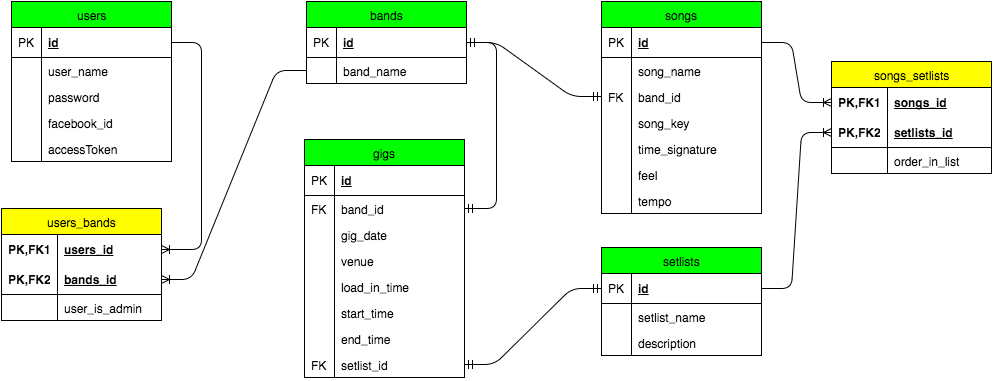
The draw.io diagram database schema.png in Jmedders/q2project, before a commit. Source tidied: cells renumbered, new cells last; positions are measured from the earlier drawing's top-left corner, leaving out a move shared by most shapes.
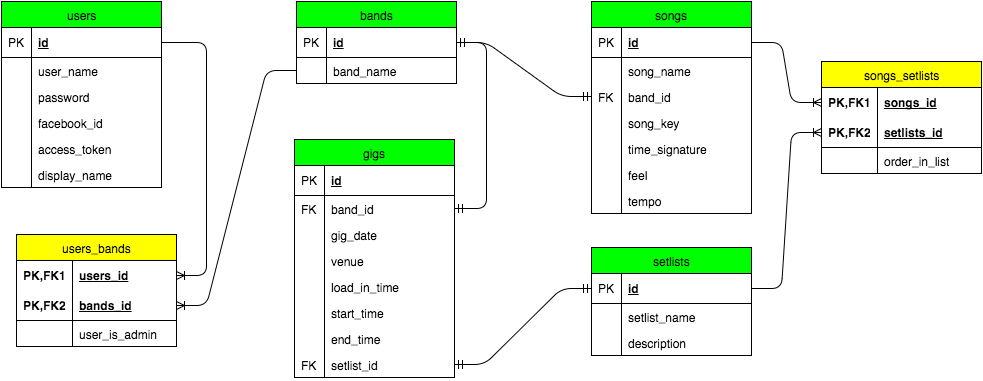
The same diagram one commit later.

Commit message:
Updated database schema diagram

What changed in the source:
```diff
@@ -18,7 +18,7 @@
       <mxGeometry width="30" height="26" as="geometry" />
     </mxCell>
     <mxCell id="7" value="users" style="swimlane;html=1;fontStyle=0;horizontal=1;startSize=26;fillColor=#00FF00;swimlaneFillColor=#ffffff;align=center;" parent="1" vertex="1">
-      <mxGeometry x="10" width="160" height="160" as="geometry" />
+      <mxGeometry x="10" width="160" height="186" as="geometry" />
     </mxCell>
     <mxCell id="8" value="id" style="shape=partialRectangle;top=0;left=0;right=0;bottom=1;html=1;align=left;verticalAlign=middle;fillColor=none;spacingLeft=34;spacingRight=4;whiteSpace=wrap;overflow=hidden;points=[[0,0.5],[1,0.5]];portConstraint=eastwest;fontStyle=5;" parent="7" vertex="1">
       <mxGeometry y="26" width="160" height="30" as="geometry" />
@@ -44,14 +44,20 @@
     <mxCell id="15" style="shape=partialRectangle;top=0;left=0;bottom=0;html=1;fillColor=none;align=left;verticalAlign=top;spacingLeft=4;spacingRight=4;whiteSpace=wrap;overflow=hidden;" parent="14" vertex="1">
       <mxGeometry width="30" height="26" as="geometry" />
     </mxCell>
-    <mxCell id="16" value="accessToken" style="shape=partialRectangle;top=0;left=0;right=0;bottom=0;html=1;align=left;verticalAlign=top;fillColor=none;spacingLeft=34;spacingRight=4;whiteSpace=wrap;overflow=hidden;" parent="7" vertex="1">
+    <mxCell id="16" value="access_token" style="shape=partialRectangle;top=0;left=0;right=0;bottom=0;html=1;align=left;verticalAlign=top;fillColor=none;spacingLeft=34;spacingRight=4;whiteSpace=wrap;overflow=hidden;" parent="7" vertex="1">
       <mxGeometry y="134" width="160" height="26" as="geometry" />
     </mxCell>
     <mxCell id="17" style="shape=partialRectangle;top=0;left=0;bottom=0;html=1;fillColor=none;align=left;verticalAlign=top;spacingLeft=4;spacingRight=4;whiteSpace=wrap;overflow=hidden;" parent="16" vertex="1">
       <mxGeometry width="30" height="26" as="geometry" />
     </mxCell>
+    <mxCell id="78" value="display_name" style="shape=partialRectangle;top=0;left=0;right=0;bottom=0;html=1;align=left;verticalAlign=top;fillColor=none;spacingLeft=34;spacingRight=4;whiteSpace=wrap;overflow=hidden;" parent="7" vertex="1">
+      <mxGeometry y="160" width="160" height="26" as="geometry" />
+    </mxCell>
+    <mxCell id="79" style="shape=partialRectangle;top=0;left=0;bottom=0;html=1;fillColor=none;align=left;verticalAlign=top;spacingLeft=4;spacingRight=4;whiteSpace=wrap;overflow=hidden;" parent="78" vertex="1">
+      <mxGeometry width="30" height="26" as="geometry" />
+    </mxCell>
     <mxCell id="18" value="users_bands" style="swimlane;html=1;fontStyle=0;horizontal=1;startSize=26;fillColor=#FFFF00;swimlaneFillColor=#ffffff;align=center;" parent="1" vertex="1">
-      <mxGeometry y="207" width="160" height="112" as="geometry" />
+      <mxGeometry x="25" y="233" width="160" height="112" as="geometry" />
     </mxCell>
     <mxCell id="19" value="users_id" style="shape=partialRectangle;top=0;left=0;right=0;bottom=0;html=1;align=left;verticalAlign=middle;fillColor=none;spacingLeft=60;spacingRight=4;whiteSpace=wrap;overflow=hidden;points=[[0,0.5],[1,0.5]];portConstraint=eastwest;fontStyle=5;" parent="18" vertex="1">
       <mxGeometry y="26" width="160" height="30" as="geometry" />
```
